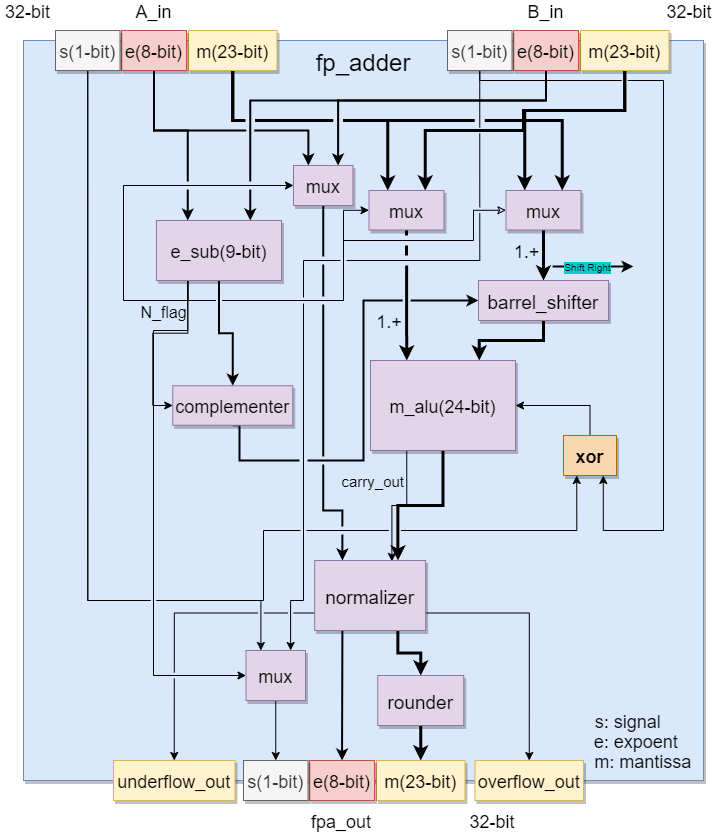
Earlier version of the draw.io export floating_point_adder/fp_adder_structure.png (UandersonSilva/floating_point). Source tidied: cells renumbered, new cells last; positions are measured from the earlier drawing's top-left corner, leaving out a move shared by most shapes.
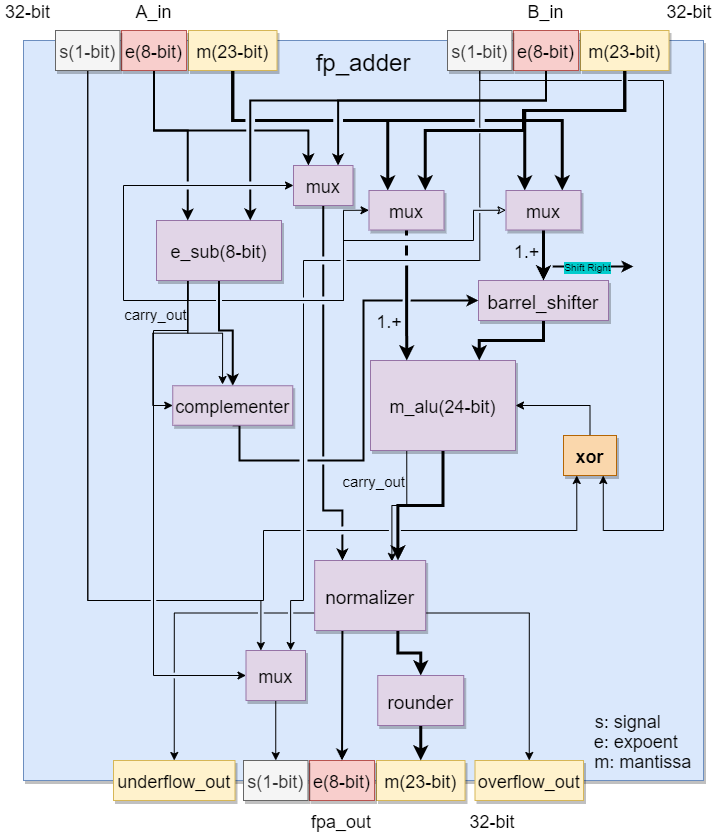
The same file after the commit.

Commit message:
e_sub connections optimized.

Diff of the diagram source:
```diff
@@ -45,7 +45,12 @@
       </mxGeometry>
     </mxCell>
     <mxCell id="12" style="edgeStyle=orthogonalEdgeStyle;rounded=0;jumpStyle=gap;jettySize=auto;html=1;exitX=0.5;exitY=1;exitDx=0;exitDy=0;entryX=0.5;entryY=0;entryDx=0;entryDy=0;strokeWidth=2;" parent="1" edge="1" source="16" target="54">
-      <mxGeometry relative="1" as="geometry" />
+      <mxGeometry relative="1" as="geometry">
+        <Array as="points">
+          <mxPoint x="219" y="330" />
+          <mxPoint x="232" y="330" />
+        </Array>
+      </mxGeometry>
     </mxCell>
     <mxCell id="13" style="edgeStyle=orthogonalEdgeStyle;rounded=0;jumpStyle=gap;jettySize=auto;html=1;exitX=0.25;exitY=1;exitDx=0;exitDy=0;entryX=0;entryY=0.5;entryDx=0;entryDy=0;strokeWidth=1;" parent="1" edge="1" source="16" target="54">
       <mxGeometry relative="1" as="geometry" />
@@ -70,7 +75,10 @@
         </Array>
       </mxGeometry>
     </mxCell>
+    <mxCell id="73" style="edgeStyle=orthogonalEdgeStyle;rounded=0;jettySize=auto;html=1;exitX=0.25;exitY=1;exitDx=0;exitDy=0;entryX=0.415;entryY=-0.032;entryDx=0;entryDy=0;entryPerimeter=0;" parent="1" edge="1" source="16" target="54">
+      <mxGeometry relative="1" as="geometry" />
+    </mxCell>
-    <mxCell id="16" value="e_sub(9-bit)" style="shadow=1;fontSize=18;fillColor=#e1d5e7;strokeColor=#9673a6;" parent="1" vertex="1">
+    <mxCell id="16" value="e_sub(8-bit)" style="shadow=1;fontSize=18;fillColor=#e1d5e7;strokeColor=#9673a6;" parent="1" vertex="1">
       <mxGeometry x="156" y="220" width="125" height="60" as="geometry" />
     </mxCell>
     <mxCell id="17" style="edgeStyle=orthogonalEdgeStyle;rounded=0;jettySize=auto;html=1;exitX=0.5;exitY=1;exitDx=0;exitDy=0;entryX=0.25;entryY=0;entryDx=0;entryDy=0;strokeWidth=3;fontSize=10;" parent="1" edge="1" source="19" target="43">
@@ -313,11 +321,11 @@
     <mxCell id="68" value="rounder" style="shadow=1;fontSize=19;fillColor=#e1d5e7;strokeColor=#9673a6;" parent="1" vertex="1">
       <mxGeometry x="377.2" y="675" width="86" height="50" as="geometry" />
     </mxCell>
-    <mxCell id="69" value="N_flag" style="text;strokeColor=none;fillColor=none;align=center;verticalAlign=middle;rounded=0;fontSize=16;" parent="1" vertex="1">
-      <mxGeometry x="137" y="301" width="53" height="20" as="geometry" />
+    <mxCell id="69" value="carry_out" style="text;strokeColor=none;fillColor=none;align=center;verticalAlign=middle;rounded=0;fontSize=15;" parent="1" vertex="1">
+      <mxGeometry x="126" y="303" width="59" height="20" as="geometry" />
     </mxCell>
     <mxCell id="70" value="carry_out" style="text;strokeColor=none;fillColor=none;align=center;verticalAlign=middle;rounded=0;fontSize=15;" parent="1" vertex="1">
-      <mxGeometry x="341.5" y="470" width="62.5" height="20" as="geometry" />
+      <mxGeometry x="342.5" y="470" width="62.5" height="20" as="geometry" />
     </mxCell>
     <mxCell id="71" value="overflow_out" style="shadow=1;fontSize=18;fillColor=#fff2cc;strokeColor=#d6b656;" parent="1" vertex="1">
       <mxGeometry x="474.5" y="760" width="108.5" height="40" as="geometry" />
```
